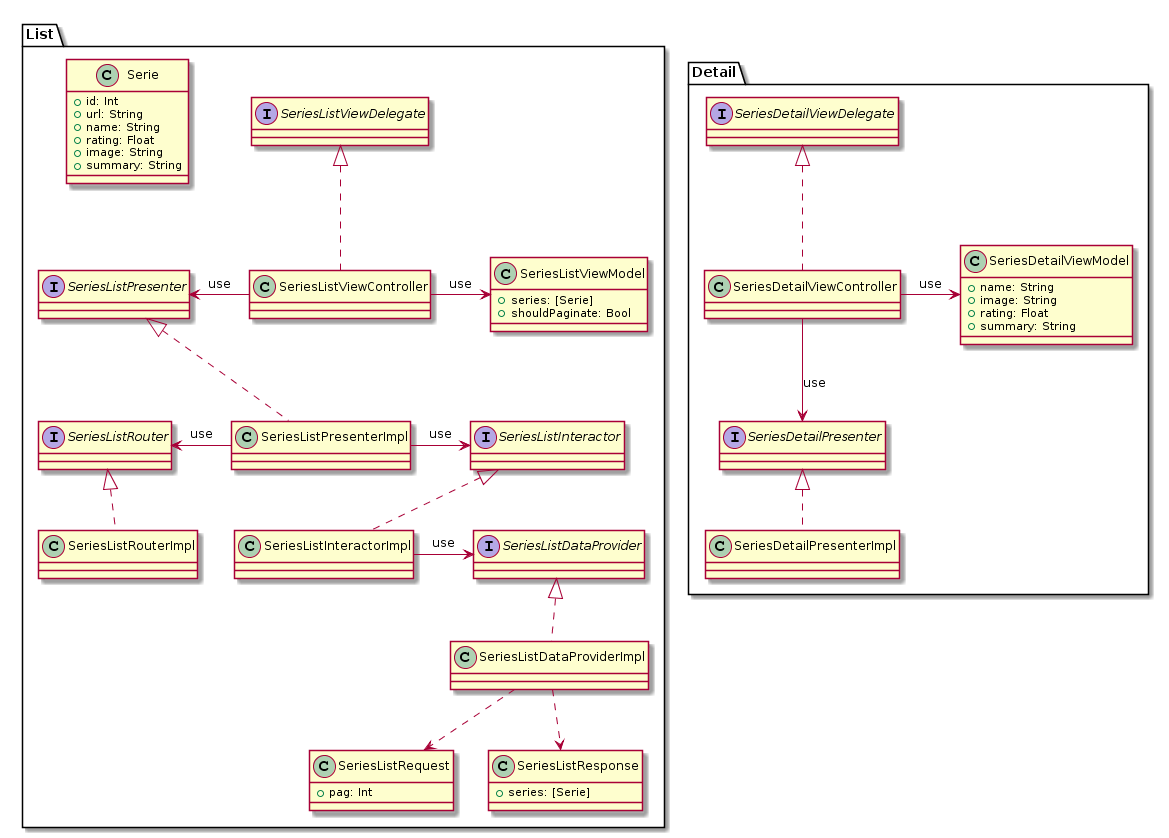
Earlier version of the PlantUML export class_diagram.png (aroldanm/technicalTest01).
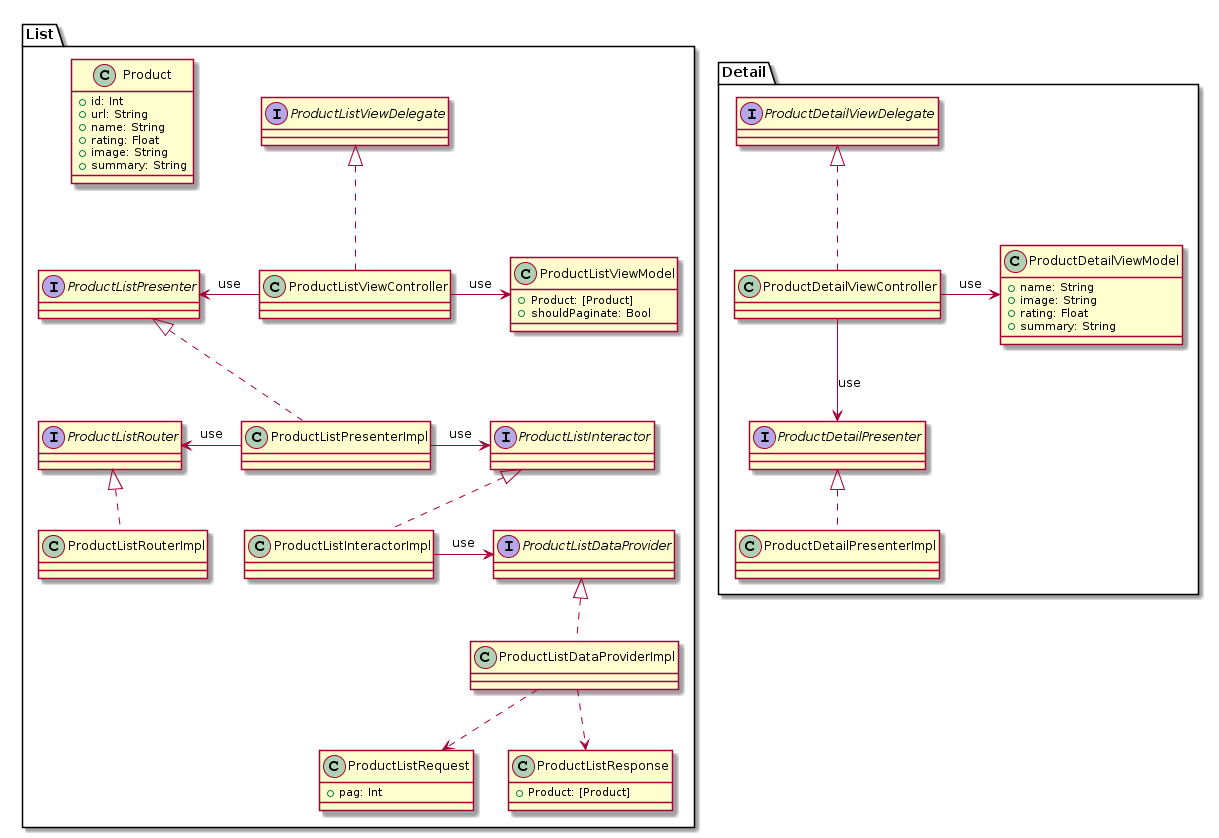
Later version of the same file.

Commit message:
T0: Update class diagram

The edit, as a diff of the source:
```diff
@@ -1,7 +1,7 @@
 @startuml
 package List {
 
-    class Serie {
+    class Product {
         + id: Int
         + url: String
         + name: String
@@ -10,76 +10,76 @@
         + summary: String
     }
 
-    class SeriesListViewController {
+    class ProductListViewController {
     }
 
-    class SeriesListViewModel {
-        + series: [Serie]
+    class ProductListViewModel {
+        + Product: [Product]
         + shouldPaginate: Bool
     }
 
-    class SeriesListRequest {
+    class ProductListRequest {
         + pag: Int
     }
 
-    class SeriesListResponse {
-        + series: [Serie]
+    class ProductListResponse {
+        + Product: [Product]
     }
 
-    interface SeriesListPresenter {
+    interface ProductListPresenter {
     }
-    class SeriesListPresenterImpl
-    SeriesListPresenter <|.. SeriesListPresenterImpl
-    SeriesListViewController -left-> SeriesListPresenter: use
-    SeriesListViewController -right-> SeriesListViewModel: use
+    class ProductListPresenterImpl
+    ProductListPresenter <|.. ProductListPresenterImpl
+    ProductListViewController -left-> ProductListPresenter: use
+    ProductListViewController -right-> ProductListViewModel: use
 
-    interface SeriesListViewDelegate {
+    interface ProductListViewDelegate {
     }
-    SeriesListViewController .up.|> SeriesListViewDelegate
+    ProductListViewController .up.|> ProductListViewDelegate
 
-    interface SeriesListInteractor {
+    interface ProductListInteractor {
     }
-    class SeriesListInteractorImpl
-    SeriesListInteractor <|.. SeriesListInteractorImpl
-    SeriesListPresenterImpl -right-> SeriesListInteractor: use
+    class ProductListInteractorImpl
+    ProductListInteractor <|.. ProductListInteractorImpl
+    ProductListPresenterImpl -right-> ProductListInteractor: use
 
-    interface SeriesListDataProvider {
+    interface ProductListDataProvider {
     }
-    class SeriesListDataProviderImpl
-    SeriesListDataProvider <|.down. SeriesListDataProviderImpl
-    SeriesListInteractorImpl -> SeriesListDataProvider: use
-    SeriesListDataProviderImpl ..> SeriesListRequest
-    SeriesListDataProviderImpl ..> SeriesListResponse
+    class ProductListDataProviderImpl
+    ProductListDataProvider <|.down. ProductListDataProviderImpl
+    ProductListInteractorImpl -> ProductListDataProvider: use
+    ProductListDataProviderImpl ..> ProductListRequest
+    ProductListDataProviderImpl ..> ProductListResponse
 
 
-    interface SeriesListRouter {
+    interface ProductListRouter {
     }
-    class SeriesListRouterImpl
-    SeriesListRouter <|.. SeriesListRouterImpl
-    SeriesListPresenterImpl -left-> SeriesListRouter: use
+    class ProductListRouterImpl
+    ProductListRouter <|.. ProductListRouterImpl
+    ProductListPresenterImpl -left-> ProductListRouter: use
 }
 
 package Detail {
 
-    class SeriesDetailViewController {
+    class ProductDetailViewController {
     }
 
-    class SeriesDetailViewModel {
+    class ProductDetailViewModel {
         + name: String
         + image: String
         + rating: Float
         + summary: String
     }
-    SeriesDetailViewController -right-> SeriesDetailViewModel: use
+    ProductDetailViewController -right-> ProductDetailViewModel: use
 
-    interface SeriesDetailPresenter {
+    interface ProductDetailPresenter {
     }
-    class SeriesDetailPresenterImpl
-    SeriesDetailPresenter <|.. SeriesDetailPresenterImpl
-    SeriesDetailViewController --> SeriesDetailPresenter: use
+    class ProductDetailPresenterImpl
+    ProductDetailPresenter <|.. ProductDetailPresenterImpl
+    ProductDetailViewController --> ProductDetailPresenter: use
 
-    interface SeriesDetailViewDelegate {
+    interface ProductDetailViewDelegate {
     }
-    SeriesDetailViewDelegate <|.. SeriesDetailViewController
+    ProductDetailViewDelegate <|.. ProductDetailViewController
 }
 @enduml
```
